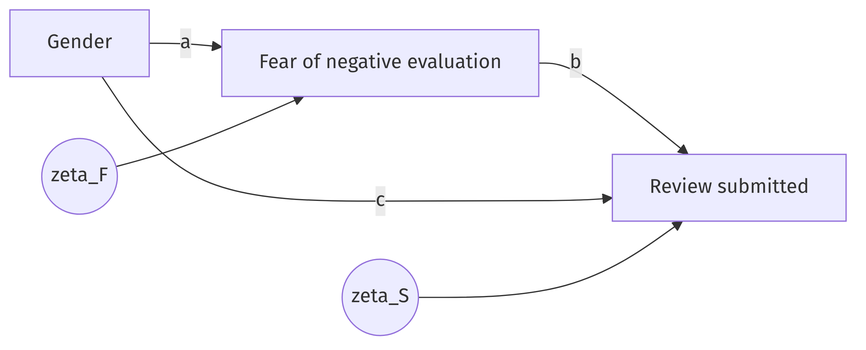
Before: diagrams/bayerl.png, a diagram exported from Mermaid (daob/stads-book). Its source is kept beside it as diagrams/bayerl.mmd.
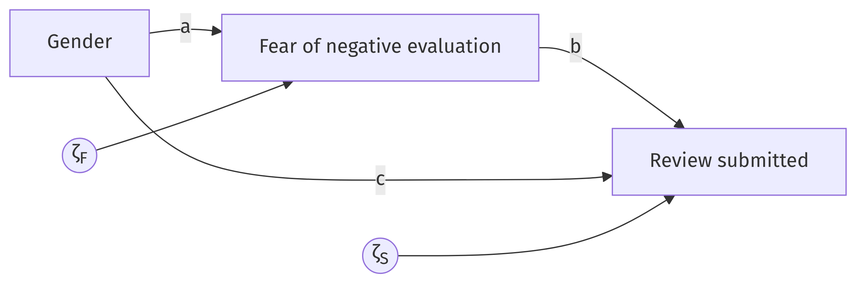
After the change.

The edit, as a diff of the source:
```diff
@@ -2,5 +2,5 @@
   G[Gender] -->|a| F[Fear of negative evaluation]
   F -->|b| S[Review submitted]
   G -->|c| S
-  zF((zeta_F)) --> F
-  zS((zeta_S)) --> S
+  zF((ζ<sub>F</sub>)) --> F
+  zS((ζ<sub>S</sub>)) --> S
```
